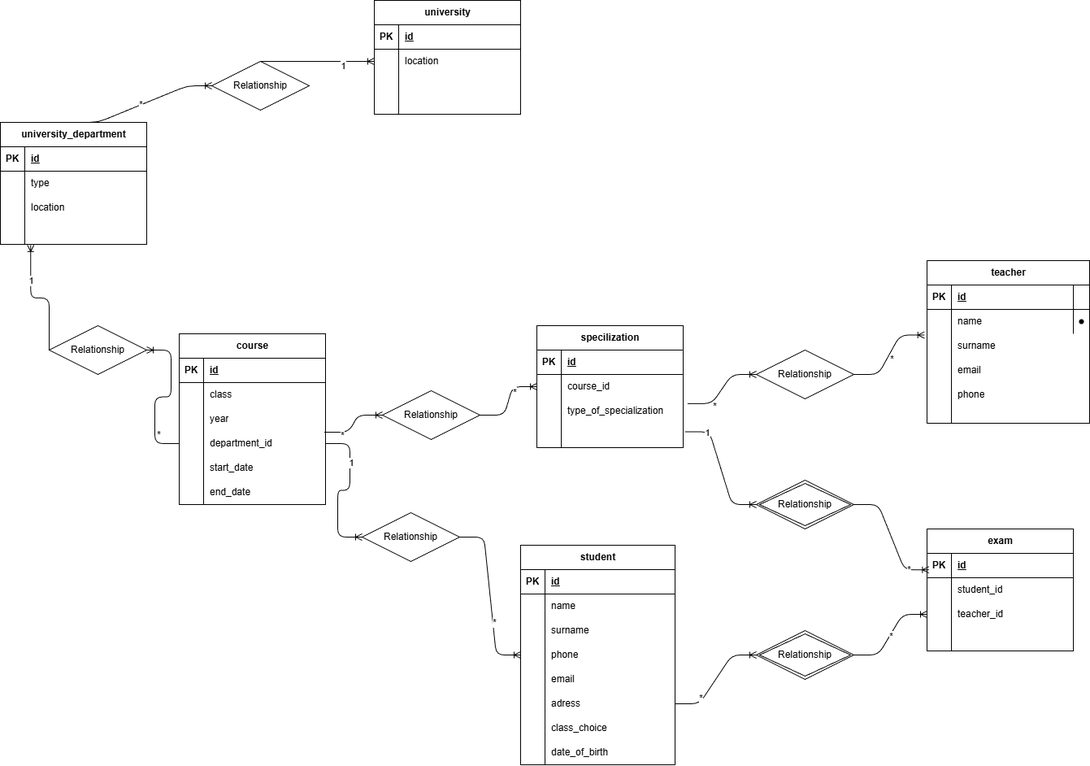
Earlier version of the draw.io export scheme.png (BkStyle89/db-university). Source tidied: cells renumbered, new cells last; positions are measured from the earlier drawing's top-left corner, leaving out a move shared by most shapes.
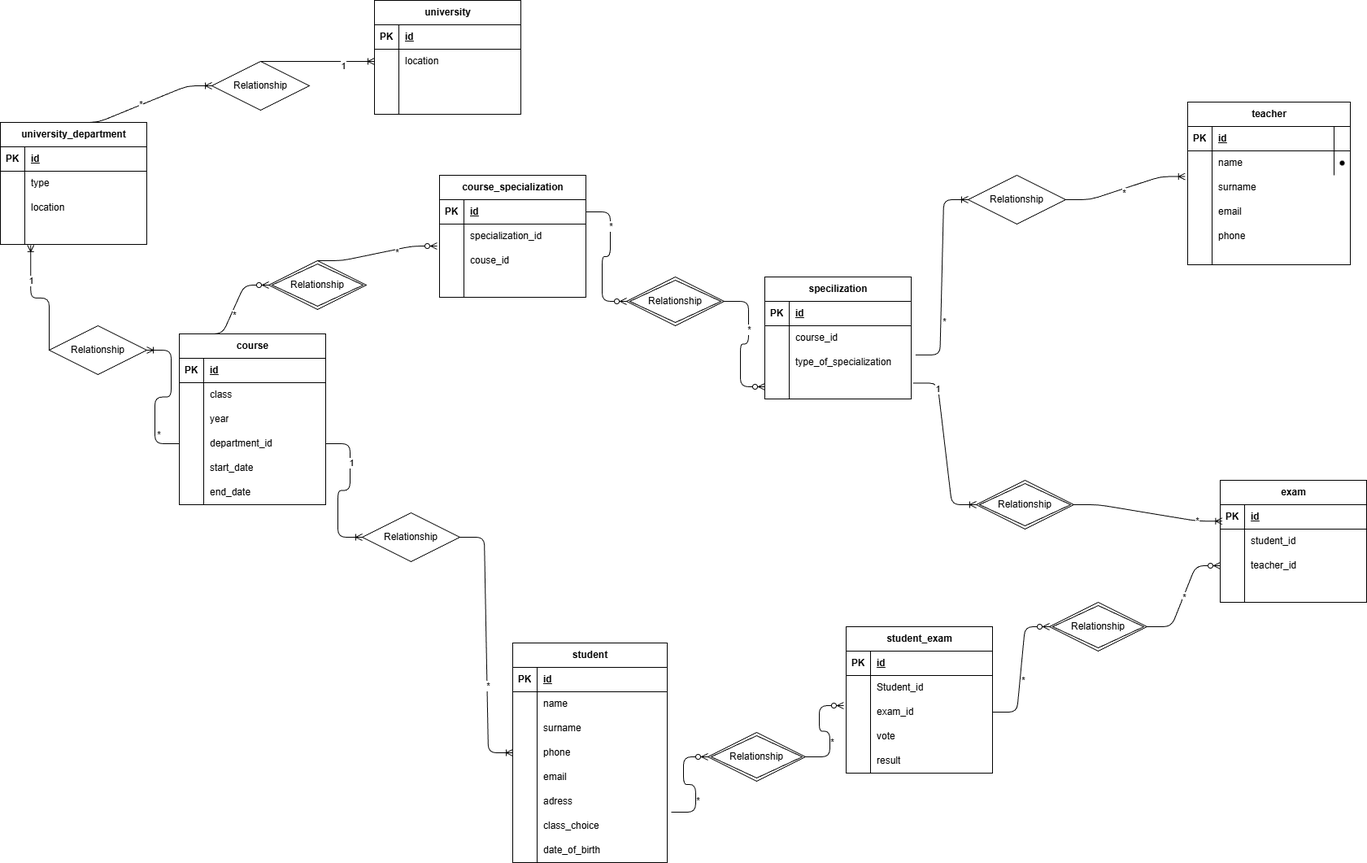
Above is the later version.

Change to the diagram source:
```diff
@@ -3,7 +3,7 @@
     <mxCell id="0" />
     <mxCell id="1" parent="0" />
     <mxCell id="2" value="student" style="shape=table;startSize=30;rowLines=0;fontStyle=1;align=center;html=1;" parent="1" vertex="1">
-      <mxGeometry x="640" y="670" width="190" height="270" as="geometry" />
+      <mxGeometry x="630" y="790" width="190" height="270" as="geometry" />
     </mxCell>
     <mxCell id="3" style="shape=tableRow;horizontal=0;startSize=0;swimlaneHead=0;swimlaneBody=0;fillColor=none;top=0;left=0;right=0;bottom=1;" parent="2" vertex="1">
       <mxGeometry y="30" width="190" height="30" as="geometry" />
@@ -78,7 +78,7 @@
       <mxGeometry x="30" width="160" height="30" as="geometry" />
     </mxCell>
     <mxCell id="27" value="exam" style="shape=table;startSize=30;rowLines=0;fontStyle=1;align=center;html=1;" parent="1" vertex="1">
-      <mxGeometry x="1140" y="650" width="180" height="150" as="geometry" />
+      <mxGeometry x="1500" y="590" width="180" height="150" as="geometry" />
     </mxCell>
     <mxCell id="28" style="shape=tableRow;horizontal=0;startSize=0;swimlaneHead=0;swimlaneBody=0;fillColor=none;points=[[0,0.5],[1,0.5]];portConstraint=eastwest;top=0;left=0;right=0;bottom=1;" parent="27" vertex="1">
       <mxGeometry y="30" width="180" height="30" as="geometry" />
@@ -117,7 +117,7 @@
       <mxGeometry x="30" width="150" height="30" as="geometry" />
     </mxCell>
     <mxCell id="40" value="teacher" style="shape=table;startSize=30;rowLines=0;fontStyle=1;align=center;html=1;" parent="1" vertex="1">
-      <mxGeometry x="1140" y="320" width="200" height="200" as="geometry" />
+      <mxGeometry x="1460" y="125" width="200" height="200" as="geometry" />
     </mxCell>
     <mxCell id="41" style="shape=tableRow;horizontal=0;startSize=0;swimlaneHead=0;swimlaneBody=0;fillColor=none;top=0;left=0;right=0;bottom=1;" parent="40" vertex="1">
       <mxGeometry y="30" width="200" height="30" as="geometry" />
@@ -273,7 +273,7 @@
       <mxGeometry x="30" width="150" height="30" as="geometry" />
     </mxCell>
     <mxCell id="92" value="specilization" style="shape=table;startSize=30;rowLines=0;fontStyle=1;align=center;html=1;" parent="1" vertex="1">
-      <mxGeometry x="660" y="400" width="180" height="150" as="geometry" />
+      <mxGeometry x="940" y="340" width="180" height="150" as="geometry" />
     </mxCell>
     <mxCell id="93" style="shape=tableRow;horizontal=0;startSize=0;swimlaneHead=0;swimlaneBody=0;fillColor=none;top=0;left=0;right=0;bottom=1;" parent="92" vertex="1">
       <mxGeometry y="30" width="180" height="30" as="geometry" />
@@ -390,25 +390,6 @@
     <mxCell id="127" value="Relationship" style="shape=rhombus;perimeter=rhombusPerimeter;whiteSpace=wrap;html=1;align=center;" parent="1" vertex="1">
       <mxGeometry x="60" y="400" width="120" height="60" as="geometry" />
     </mxCell>
-    <mxCell id="128" style="edgeStyle=entityRelationEdgeStyle;fontSize=12;html=1;endArrow=ERoneToMany;entryX=0;entryY=0.5;entryDx=0;entryDy=0;exitX=1;exitY=0.5;exitDx=0;exitDy=0;" parent="1" edge="1" source="132" target="96">
-      <mxGeometry relative="1" as="geometry" />
-    </mxCell>
-    <mxCell id="129" value="*" style="edgeLabel;html=1;align=center;verticalAlign=middle;" parent="128" vertex="1">
-      <mxGeometry x="0.29" y="-4" relative="1" as="geometry" />
-    </mxCell>
-    <mxCell id="130" style="edgeStyle=entityRelationEdgeStyle;fontSize=12;html=1;endArrow=ERoneToMany;entryX=0;entryY=0.5;entryDx=0;entryDy=0;exitX=0.992;exitY=1.033;exitDx=0;exitDy=0;exitPerimeter=0;" parent="1" edge="1" source="67" target="132">
-      <mxGeometry relative="1" as="geometry">
-        <Array as="points">
-          <mxPoint x="480" y="440" />
-        </Array>
-      </mxGeometry>
-    </mxCell>
-    <mxCell id="131" value="*" style="edgeLabel;html=1;align=center;verticalAlign=middle;" parent="130" vertex="1">
-      <mxGeometry x="-0.49" y="-3" relative="1" as="geometry" />
-    </mxCell>
-    <mxCell id="132" value="Relationship" style="shape=rhombus;perimeter=rhombusPerimeter;whiteSpace=wrap;html=1;align=center;" parent="1" vertex="1">
-      <mxGeometry x="470" y="480" width="120" height="60" as="geometry" />
-    </mxCell>
     <mxCell id="133" style="edgeStyle=entityRelationEdgeStyle;fontSize=12;html=1;endArrow=ERoneToMany;entryX=-0.016;entryY=0.052;entryDx=0;entryDy=0;entryPerimeter=0;exitX=1;exitY=0.5;exitDx=0;exitDy=0;" parent="1" edge="1" source="137" target="48">
       <mxGeometry relative="1" as="geometry" />
     </mxCell>
@@ -424,7 +405,7 @@
       <mxGeometry x="-0.43" y="-4" relative="1" as="geometry" />
     </mxCell>
     <mxCell id="137" value="Relationship" style="shape=rhombus;perimeter=rhombusPerimeter;whiteSpace=wrap;html=1;align=center;" parent="1" vertex="1">
-      <mxGeometry x="930" y="430" width="120" height="60" as="geometry" />
+      <mxGeometry x="1190" y="215" width="120" height="60" as="geometry" />
     </mxCell>
     <mxCell id="138" style="edgeStyle=entityRelationEdgeStyle;fontSize=12;html=1;endArrow=ERoneToMany;entryX=0;entryY=0.5;entryDx=0;entryDy=0;exitX=1;exitY=0.5;exitDx=0;exitDy=0;" parent="1" edge="1" source="142" target="12">
       <mxGeometry relative="1" as="geometry" />
@@ -458,22 +439,154 @@
       <mxGeometry x="-0.65" y="-1" relative="1" as="geometry" />
     </mxCell>
     <mxCell id="147" value="Relationship" style="shape=rhombus;double=1;perimeter=rhombusPerimeter;whiteSpace=wrap;html=1;align=center;" parent="1" vertex="1">
-      <mxGeometry x="930" y="590" width="120" height="60" as="geometry" />
+      <mxGeometry x="1200" y="590" width="120" height="60" as="geometry" />
     </mxCell>
-    <mxCell id="148" style="edgeStyle=entityRelationEdgeStyle;fontSize=12;html=1;endArrow=ERoneToMany;entryX=0;entryY=0.5;entryDx=0;entryDy=0;exitX=1;exitY=0.5;exitDx=0;exitDy=0;" parent="1" edge="1" source="152" target="34">
-      <mxGeometry relative="1" as="geometry" />
-    </mxCell>
-    <mxCell id="149" value="*" style="edgeLabel;html=1;align=center;verticalAlign=middle;" parent="148" vertex="1">
-      <mxGeometry x="-0.01" y="-1" relative="1" as="geometry" />
-    </mxCell>
-    <mxCell id="150" style="edgeStyle=entityRelationEdgeStyle;fontSize=12;html=1;endArrow=ERoneToMany;entryX=0;entryY=0.5;entryDx=0;entryDy=0;exitX=1;exitY=0.5;exitDx=0;exitDy=0;" parent="1" edge="1" source="18" target="152">
-      <mxGeometry relative="1" as="geometry" />
-    </mxCell>
-    <mxCell id="151" value="*" style="edgeLabel;html=1;align=center;verticalAlign=middle;" parent="150" vertex="1">
-      <mxGeometry x="-0.44" y="3" relative="1" as="geometry" />
-    </mxCell>
-    <mxCell id="152" value="Relationship" style="shape=rhombus;double=1;perimeter=rhombusPerimeter;whiteSpace=wrap;html=1;align=center;" parent="1" vertex="1">
-      <mxGeometry x="930" y="775" width="120" height="60" as="geometry" />
-    </mxCell>
+    <mxCell id="153" value="student_exam" style="shape=table;startSize=30;rowLines=0;fontStyle=1;align=center;html=1;" parent="1" vertex="1">
+      <mxGeometry x="1040" y="770" width="180" height="180" as="geometry" />
+    </mxCell>
+    <mxCell id="154" style="shape=tableRow;horizontal=0;startSize=0;swimlaneHead=0;swimlaneBody=0;fillColor=none;top=0;left=0;right=0;bottom=1;" parent="153" vertex="1">
+      <mxGeometry y="30" width="180" height="30" as="geometry" />
+    </mxCell>
+    <mxCell id="155" value="PK" style="shape=partialRectangle;fillColor=none;top=0;left=0;bottom=0;right=0;fontStyle=1;overflow=hidden;whiteSpace=wrap;html=1;" parent="154" vertex="1">
+      <mxGeometry width="30" height="30" as="geometry" />
+    </mxCell>
+    <mxCell id="156" value="id" style="shape=partialRectangle;fillColor=none;top=0;left=0;bottom=0;right=0;align=left;spacingLeft=6;fontStyle=5;overflow=hidden;whiteSpace=wrap;html=1;" parent="154" vertex="1">
+      <mxGeometry x="30" width="150" height="30" as="geometry" />
+    </mxCell>
+    <mxCell id="157" style="shape=tableRow;horizontal=0;startSize=0;swimlaneHead=0;swimlaneBody=0;fillColor=none;top=0;left=0;right=0;bottom=0;" parent="153" vertex="1">
+      <mxGeometry y="60" width="180" height="30" as="geometry" />
+    </mxCell>
+    <mxCell id="158" style="shape=partialRectangle;fillColor=none;top=0;left=0;bottom=0;right=0;overflow=hidden;whiteSpace=wrap;html=1;" parent="157" vertex="1">
+      <mxGeometry width="30" height="30" as="geometry" />
+    </mxCell>
+    <mxCell id="159" value="Student_id" style="shape=partialRectangle;fillColor=none;top=0;left=0;bottom=0;right=0;align=left;spacingLeft=6;overflow=hidden;whiteSpace=wrap;html=1;" parent="157" vertex="1">
+      <mxGeometry x="30" width="150" height="30" as="geometry" />
+    </mxCell>
+    <mxCell id="160" style="shape=tableRow;horizontal=0;startSize=0;swimlaneHead=0;swimlaneBody=0;fillColor=none;points=[[0,0.5],[1,0.5]];portConstraint=eastwest;top=0;left=0;right=0;bottom=0;" parent="153" vertex="1">
+      <mxGeometry y="90" width="180" height="30" as="geometry" />
+    </mxCell>
+    <mxCell id="161" style="shape=partialRectangle;fillColor=none;top=0;left=0;bottom=0;right=0;overflow=hidden;whiteSpace=wrap;html=1;" parent="160" vertex="1">
+      <mxGeometry width="30" height="30" as="geometry" />
+    </mxCell>
+    <mxCell id="162" value="exam_id" style="shape=partialRectangle;fillColor=none;top=0;left=0;bottom=0;right=0;align=left;spacingLeft=6;overflow=hidden;whiteSpace=wrap;html=1;" parent="160" vertex="1">
+      <mxGeometry x="30" width="150" height="30" as="geometry" />
+    </mxCell>
+    <mxCell id="163" style="shape=tableRow;horizontal=0;startSize=0;swimlaneHead=0;swimlaneBody=0;fillColor=none;top=0;left=0;right=0;bottom=0;" parent="153" vertex="1">
+      <mxGeometry y="120" width="180" height="30" as="geometry" />
+    </mxCell>
+    <mxCell id="164" style="shape=partialRectangle;fillColor=none;top=0;left=0;bottom=0;right=0;overflow=hidden;whiteSpace=wrap;html=1;" parent="163" vertex="1">
+      <mxGeometry width="30" height="30" as="geometry" />
+    </mxCell>
+    <mxCell id="165" value="vote" style="shape=partialRectangle;fillColor=none;top=0;left=0;bottom=0;right=0;align=left;spacingLeft=6;overflow=hidden;whiteSpace=wrap;html=1;" parent="163" vertex="1">
+      <mxGeometry x="30" width="150" height="30" as="geometry" />
+    </mxCell>
+    <mxCell id="166" style="shape=tableRow;horizontal=0;startSize=0;swimlaneHead=0;swimlaneBody=0;fillColor=none;top=0;left=0;right=0;bottom=0;" parent="153" vertex="1">
+      <mxGeometry y="150" width="180" height="30" as="geometry" />
+    </mxCell>
+    <mxCell id="167" style="shape=partialRectangle;fillColor=none;top=0;left=0;bottom=0;right=0;overflow=hidden;whiteSpace=wrap;html=1;" parent="166" vertex="1">
+      <mxGeometry width="30" height="30" as="geometry" />
+    </mxCell>
+    <mxCell id="168" value="result" style="shape=partialRectangle;fillColor=none;top=0;left=0;bottom=0;right=0;align=left;spacingLeft=6;overflow=hidden;whiteSpace=wrap;html=1;" parent="166" vertex="1">
+      <mxGeometry x="30" width="150" height="30" as="geometry" />
+    </mxCell>
+    <mxCell id="169" style="edgeStyle=entityRelationEdgeStyle;fontSize=12;html=1;endArrow=ERzeroToMany;endFill=1;entryX=-0.017;entryY=0.233;entryDx=0;entryDy=0;entryPerimeter=0;exitX=1;exitY=0.5;exitDx=0;exitDy=0;" parent="1" edge="1" source="178" target="160">
+      <mxGeometry relative="1" as="geometry" />
+    </mxCell>
+    <mxCell id="170" value="*" style="edgeLabel;html=1;align=center;verticalAlign=middle;" parent="169" vertex="1">
+      <mxGeometry x="-0.29" y="-2" relative="1" as="geometry" />
+    </mxCell>
+    <mxCell id="171" style="edgeStyle=entityRelationEdgeStyle;fontSize=12;html=1;endArrow=ERzeroToMany;endFill=1;entryX=0;entryY=0.5;entryDx=0;entryDy=0;exitX=1;exitY=0.5;exitDx=0;exitDy=0;" parent="1" edge="1" source="175" target="34">
+      <mxGeometry relative="1" as="geometry" />
+    </mxCell>
+    <mxCell id="172" value="*" style="edgeLabel;html=1;align=center;verticalAlign=middle;" parent="171" vertex="1">
+      <mxGeometry y="-1" relative="1" as="geometry" />
+    </mxCell>
+    <mxCell id="173" style="edgeStyle=entityRelationEdgeStyle;fontSize=12;html=1;endArrow=ERzeroToMany;endFill=1;entryX=0;entryY=0.5;entryDx=0;entryDy=0;exitX=1;exitY=0.5;exitDx=0;exitDy=0;" parent="1" edge="1" source="160" target="175">
+      <mxGeometry relative="1" as="geometry" />
+    </mxCell>
+    <mxCell id="174" value="*" style="edgeLabel;html=1;align=center;verticalAlign=middle;" parent="173" vertex="1">
+      <mxGeometry x="-0.15" y="-4" relative="1" as="geometry" />
+    </mxCell>
+    <mxCell id="175" value="Relationship" style="shape=rhombus;double=1;perimeter=rhombusPerimeter;whiteSpace=wrap;html=1;align=center;" parent="1" vertex="1">
+      <mxGeometry x="1290" y="740" width="120" height="60" as="geometry" />
+    </mxCell>
+    <mxCell id="176" style="edgeStyle=entityRelationEdgeStyle;fontSize=12;html=1;endArrow=ERzeroToMany;endFill=1;entryX=0;entryY=0.5;entryDx=0;entryDy=0;exitX=1.026;exitY=0.933;exitDx=0;exitDy=0;exitPerimeter=0;" parent="1" edge="1" source="18" target="178">
+      <mxGeometry relative="1" as="geometry" />
+    </mxCell>
+    <mxCell id="177" value="*" style="edgeLabel;html=1;align=center;verticalAlign=middle;" parent="176" vertex="1">
+      <mxGeometry x="-0.37" y="-2" relative="1" as="geometry" />
+    </mxCell>
+    <mxCell id="178" value="Relationship" style="shape=rhombus;double=1;perimeter=rhombusPerimeter;whiteSpace=wrap;html=1;align=center;" parent="1" vertex="1">
+      <mxGeometry x="870" y="900" width="120" height="60" as="geometry" />
+    </mxCell>
+    <mxCell id="179" value="course_specialization" style="shape=table;startSize=30;rowLines=0;fontStyle=1;align=center;html=1;" parent="1" vertex="1">
+      <mxGeometry x="540" y="215" width="180" height="150" as="geometry" />
+    </mxCell>
+    <mxCell id="180" style="shape=tableRow;horizontal=0;startSize=0;swimlaneHead=0;swimlaneBody=0;fillColor=none;points=[[0,0.5],[1,0.5]];portConstraint=eastwest;top=0;left=0;right=0;bottom=1;" parent="179" vertex="1">
+      <mxGeometry y="30" width="180" height="30" as="geometry" />
+    </mxCell>
+    <mxCell id="181" value="PK" style="shape=partialRectangle;fillColor=none;top=0;left=0;bottom=0;right=0;fontStyle=1;overflow=hidden;whiteSpace=wrap;html=1;" parent="180" vertex="1">
+      <mxGeometry width="30" height="30" as="geometry" />
+    </mxCell>
+    <mxCell id="182" value="id" style="shape=partialRectangle;fillColor=none;top=0;left=0;bottom=0;right=0;align=left;spacingLeft=6;fontStyle=5;overflow=hidden;whiteSpace=wrap;html=1;" parent="180" vertex="1">
+      <mxGeometry x="30" width="150" height="30" as="geometry" />
+    </mxCell>
+    <mxCell id="183" style="shape=tableRow;horizontal=0;startSize=0;swimlaneHead=0;swimlaneBody=0;fillColor=none;points=[[0,0.5],[1,0.5]];portConstraint=eastwest;top=0;left=0;right=0;bottom=0;" parent="179" vertex="1">
+      <mxGeometry y="60" width="180" height="30" as="geometry" />
+    </mxCell>
+    <mxCell id="184" style="shape=partialRectangle;fillColor=none;top=0;left=0;bottom=0;right=0;overflow=hidden;whiteSpace=wrap;html=1;" parent="183" vertex="1">
+      <mxGeometry width="30" height="30" as="geometry" />
+    </mxCell>
+    <mxCell id="185" value="specialization_id" style="shape=partialRectangle;fillColor=none;top=0;left=0;bottom=0;right=0;align=left;spacingLeft=6;overflow=hidden;whiteSpace=wrap;html=1;" parent="183" vertex="1">
+      <mxGeometry x="30" width="150" height="30" as="geometry" />
+    </mxCell>
+    <mxCell id="186" style="shape=tableRow;horizontal=0;startSize=0;swimlaneHead=0;swimlaneBody=0;fillColor=none;top=0;left=0;right=0;bottom=0;" parent="179" vertex="1">
+      <mxGeometry y="90" width="180" height="30" as="geometry" />
+    </mxCell>
+    <mxCell id="187" style="shape=partialRectangle;fillColor=none;top=0;left=0;bottom=0;right=0;overflow=hidden;whiteSpace=wrap;html=1;" parent="186" vertex="1">
+      <mxGeometry width="30" height="30" as="geometry" />
+    </mxCell>
+    <mxCell id="188" value="couse_id" style="shape=partialRectangle;fillColor=none;top=0;left=0;bottom=0;right=0;align=left;spacingLeft=6;overflow=hidden;whiteSpace=wrap;html=1;" parent="186" vertex="1">
+      <mxGeometry x="30" width="150" height="30" as="geometry" />
+    </mxCell>
+    <mxCell id="189" style="shape=tableRow;horizontal=0;startSize=0;swimlaneHead=0;swimlaneBody=0;fillColor=none;top=0;left=0;right=0;bottom=0;" parent="179" vertex="1">
+      <mxGeometry y="120" width="180" height="30" as="geometry" />
+    </mxCell>
+    <mxCell id="190" style="shape=partialRectangle;fillColor=none;top=0;left=0;bottom=0;right=0;overflow=hidden;whiteSpace=wrap;html=1;" parent="189" vertex="1">
+      <mxGeometry width="30" height="30" as="geometry" />
+    </mxCell>
+    <mxCell id="191" style="shape=partialRectangle;fillColor=none;top=0;left=0;bottom=0;right=0;align=left;spacingLeft=6;overflow=hidden;whiteSpace=wrap;html=1;" parent="189" vertex="1">
+      <mxGeometry x="30" width="150" height="30" as="geometry" />
+    </mxCell>
+    <mxCell id="192" style="edgeStyle=entityRelationEdgeStyle;fontSize=12;html=1;endArrow=ERzeroToMany;endFill=1;entryX=-0.017;entryY=0.9;entryDx=0;entryDy=0;exitX=0.5;exitY=0;exitDx=0;exitDy=0;entryPerimeter=0;" parent="1" edge="1" source="196" target="183">
+      <mxGeometry relative="1" as="geometry" />
+    </mxCell>
+    <mxCell id="193" value="*" style="edgeLabel;html=1;align=center;verticalAlign=middle;" parent="192" vertex="1">
+      <mxGeometry x="0.33" y="-3" relative="1" as="geometry" />
+    </mxCell>
+    <mxCell id="194" style="edgeStyle=entityRelationEdgeStyle;fontSize=12;html=1;endArrow=ERzeroToMany;endFill=1;entryX=0;entryY=0.5;entryDx=0;entryDy=0;exitX=0.128;exitY=0;exitDx=0;exitDy=0;exitPerimeter=0;" parent="1" edge="1" source="60" target="196">
+      <mxGeometry relative="1" as="geometry" />
+    </mxCell>
+    <mxCell id="195" value="*" style="edgeLabel;html=1;align=center;verticalAlign=middle;" parent="194" vertex="1">
+      <mxGeometry x="-0.08" y="-3" relative="1" as="geometry" />
+    </mxCell>
+    <mxCell id="196" value="Relationship" style="shape=rhombus;double=1;perimeter=rhombusPerimeter;whiteSpace=wrap;html=1;align=center;" parent="1" vertex="1">
+      <mxGeometry x="330" y="320" width="120" height="60" as="geometry" />
+    </mxCell>
+    <mxCell id="197" style="edgeStyle=entityRelationEdgeStyle;fontSize=12;html=1;endArrow=ERzeroToMany;endFill=1;entryX=0;entryY=0.5;entryDx=0;entryDy=0;exitX=1;exitY=0.5;exitDx=0;exitDy=0;" parent="1" edge="1" source="201" target="102">
+      <mxGeometry relative="1" as="geometry" />
+    </mxCell>
+    <mxCell id="198" value="*" style="edgeLabel;html=1;align=center;verticalAlign=middle;" parent="197" vertex="1">
+      <mxGeometry x="-0.27" relative="1" as="geometry" />
+    </mxCell>
+    <mxCell id="199" style="edgeStyle=entityRelationEdgeStyle;fontSize=12;html=1;endArrow=ERzeroToMany;endFill=1;entryX=0;entryY=0.5;entryDx=0;entryDy=0;exitX=1;exitY=0.5;exitDx=0;exitDy=0;" parent="1" edge="1" source="180" target="201">
+      <mxGeometry relative="1" as="geometry" />
+    </mxCell>
+    <mxCell id="200" value="*" style="edgeLabel;html=1;align=center;verticalAlign=middle;" parent="199" vertex="1">
+      <mxGeometry x="-0.48" relative="1" as="geometry" />
+    </mxCell>
+    <mxCell id="201" value="Relationship" style="shape=rhombus;double=1;perimeter=rhombusPerimeter;whiteSpace=wrap;html=1;align=center;" parent="1" vertex="1">
+      <mxGeometry x="770" y="340" width="120" height="60" as="geometry" />
+    </mxCell>
   </root>
 </mxGraphModel>
```
